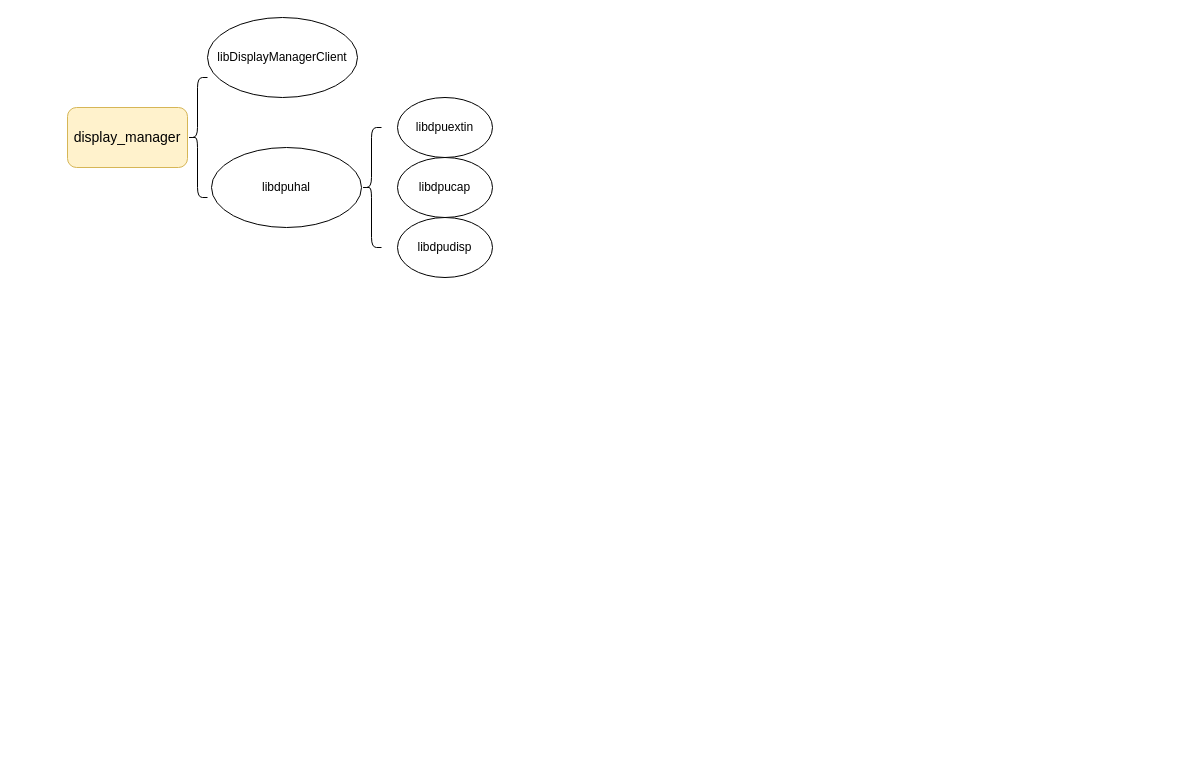
Before: display_编译依赖.drawio in OrangeKitten/nerwork, a draw.io diagram. Source tidied: cells renumbered, new cells numbered last; positions are measured from the earlier drawing's top-left corner, leaving out a move shared by most shapes. Both pictures are drawn from the tidied source at 100%, with x=0, y=0 at pixel (67, 17).
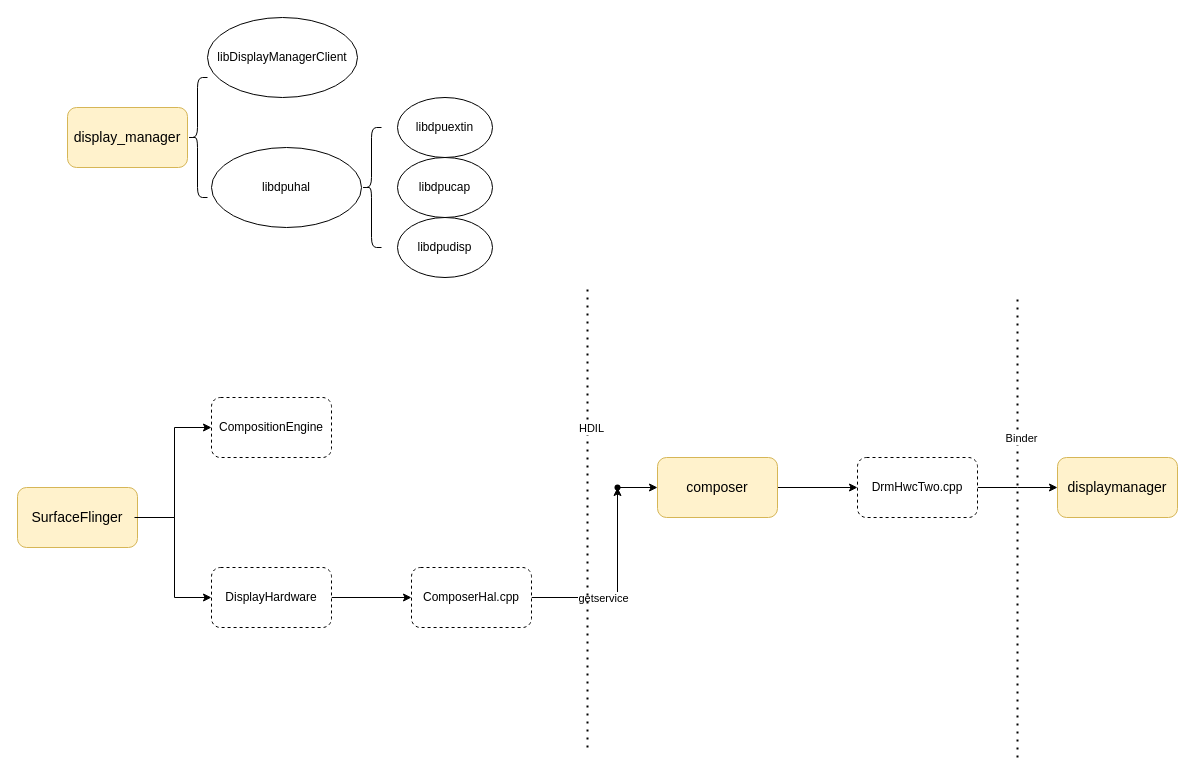
The same diagram, later.

Commit message:
更新display_编译依赖.drawio

What changed in the source:
```diff
@@
+    <mxCell id="10" style="edgeStyle=orthogonalEdgeStyle;rounded=0;jettySize=auto;html=1;entryX=0;entryY=0.5;entryDx=0;entryDy=0;" parent="1" edge="1" source="11" target="12">
+      <mxGeometry relative="1" as="geometry" />
+    </mxCell>
+    <mxCell id="11" value="SurfaceFlinger" style="rounded=1;whiteSpace=wrap;html=1;fillColor=#fff2cc;strokeColor=#d6b656;fontSize=14;" parent="1" vertex="1">
+      <mxGeometry x="-50" y="470" width="120" height="60" as="geometry" />
+    </mxCell>
+    <mxCell id="12" value="CompositionEngine" style="rounded=1;whiteSpace=wrap;html=1;dashed=1;" parent="1" vertex="1">
+      <mxGeometry x="144" y="380" width="120" height="60" as="geometry" />
+    </mxCell>
+    <mxCell id="13" style="edgeStyle=orthogonalEdgeStyle;rounded=0;jettySize=auto;html=1;" parent="1" edge="1" source="14" target="18">
+      <mxGeometry relative="1" as="geometry" />
+    </mxCell>
+    <mxCell id="14" value="DisplayHardware" style="rounded=1;whiteSpace=wrap;html=1;dashed=1;" parent="1" vertex="1">
+      <mxGeometry x="144" y="550" width="120" height="60" as="geometry" />
+    </mxCell>
+    <mxCell id="15" style="edgeStyle=orthogonalEdgeStyle;rounded=0;jettySize=auto;html=1;exitX=1;exitY=0.5;exitDx=0;exitDy=0;entryX=0;entryY=0.5;entryDx=0;entryDy=0;" parent="1" edge="1" target="14">
+      <mxGeometry relative="1" as="geometry">
+        <mxPoint x="67" y="500" as="sourcePoint" />
+        <Array as="points">
+          <mxPoint x="107" y="500" />
+          <mxPoint x="107" y="580" />
+        </Array>
+      </mxGeometry>
+    </mxCell>
+    <mxCell id="16" style="edgeStyle=orthogonalEdgeStyle;rounded=0;jettySize=auto;html=1;" parent="1" edge="1" source="18" target="24">
+      <mxGeometry relative="1" as="geometry" />
+    </mxCell>
+    <mxCell id="17" value="getservice" style="edgeLabel;html=1;align=center;verticalAlign=middle;" parent="16" vertex="1">
+      <mxGeometry x="-0.28" relative="1" as="geometry" />
+    </mxCell>
+    <mxCell id="18" value="ComposerHal.cpp" style="whiteSpace=wrap;html=1;rounded=1;dashed=1;" parent="1" vertex="1">
+      <mxGeometry x="344" y="550" width="120" height="60" as="geometry" />
+    </mxCell>
+    <mxCell id="19" style="endArrow=none;dashed=1;html=1;dashPattern=1 3;strokeWidth=2;rounded=0;" parent="1" edge="1">
+      <mxGeometry relative="1" as="geometry">
+        <mxPoint x="520" y="730" as="sourcePoint" />
+        <mxPoint x="520" y="270" as="targetPoint" />
+      </mxGeometry>
+    </mxCell>
+    <mxCell id="20" value="HDIL" style="edgeLabel;html=1;align=center;verticalAlign=middle;" parent="19" vertex="1">
+      <mxGeometry x="0.39" y="-3" relative="1" as="geometry" />
+    </mxCell>
+    <mxCell id="21" style="edgeStyle=orthogonalEdgeStyle;rounded=0;jettySize=auto;html=1;" parent="1" edge="1" source="22" target="26">
+      <mxGeometry relative="1" as="geometry" />
+    </mxCell>
+    <mxCell id="22" value="composer" style="rounded=1;whiteSpace=wrap;html=1;fillColor=#fff2cc;strokeColor=#d6b656;fontSize=14;" parent="1" vertex="1">
+      <mxGeometry x="590" y="440" width="120" height="60" as="geometry" />
+    </mxCell>
+    <mxCell id="23" style="edgeStyle=orthogonalEdgeStyle;rounded=0;jettySize=auto;html=1;" parent="1" edge="1" source="24" target="22">
+      <mxGeometry relative="1" as="geometry" />
+    </mxCell>
+    <mxCell id="24" style="shape=waypoint;sketch=0;size=6;points=[];fillColor=default;perimeter=centerPerimeter;snapToPoint=1;rounded=1;dashed=1;" parent="1" vertex="1">
+      <mxGeometry x="540" y="460" width="20" height="20" as="geometry" />
+    </mxCell>
+    <mxCell id="25" style="edgeStyle=orthogonalEdgeStyle;rounded=0;jettySize=auto;html=1;" parent="1" edge="1" source="26">
+      <mxGeometry relative="1" as="geometry">
+        <mxPoint x="990" y="470" as="targetPoint" />
+      </mxGeometry>
+    </mxCell>
+    <mxCell id="26" value="DrmHwcTwo.cpp" style="rounded=1;whiteSpace=wrap;html=1;dashed=1;" parent="1" vertex="1">
+      <mxGeometry x="790" y="440" width="120" height="60" as="geometry" />
+    </mxCell>
+    <mxCell id="27" value="displaymanager" style="rounded=1;whiteSpace=wrap;html=1;fillColor=#fff2cc;strokeColor=#d6b656;fontSize=14;" parent="1" vertex="1">
+      <mxGeometry x="990" y="440" width="120" height="60" as="geometry" />
+    </mxCell>
+    <mxCell id="28" style="endArrow=none;dashed=1;html=1;dashPattern=1 3;strokeWidth=2;rounded=0;" parent="1" edge="1">
+      <mxGeometry relative="1" as="geometry">
+        <mxPoint x="950" y="740" as="sourcePoint" />
+        <mxPoint x="950" y="280" as="targetPoint" />
+      </mxGeometry>
+    </mxCell>
+    <mxCell id="29" value="Binder" style="edgeLabel;html=1;align=center;verticalAlign=middle;" parent="28" vertex="1">
+      <mxGeometry x="0.39" y="-3" relative="1" as="geometry" />
+    </mxCell>
```
